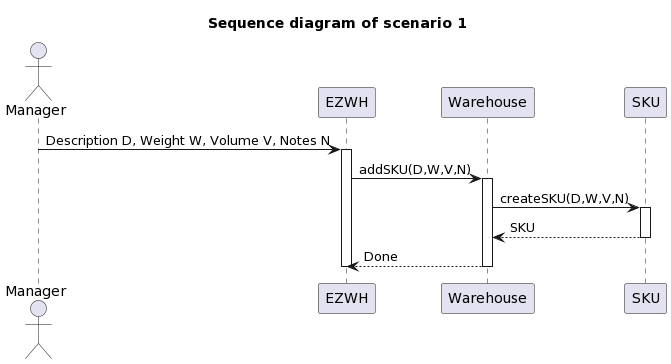
dscre99/EzWh keeps this PlantUML diagram as SequenceDiagram/scenario1_1.png. Above is the earlier version.
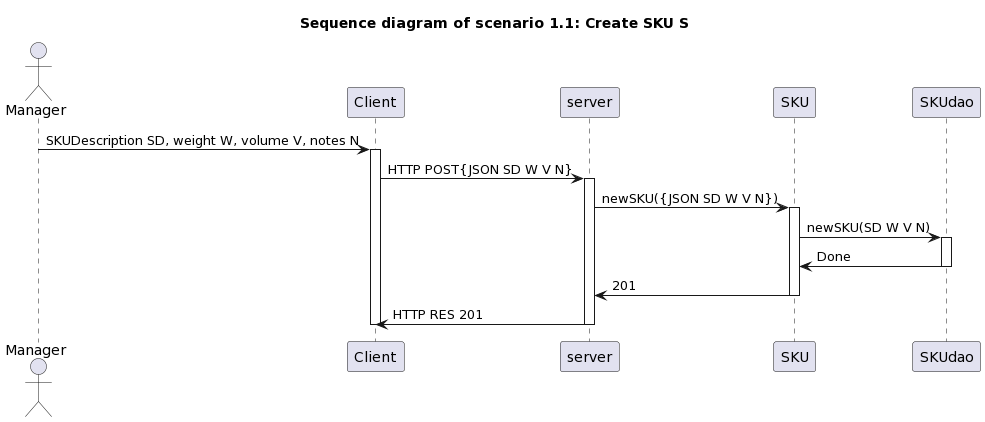
After the commit.

Commit message:
Update: updated Sequence Diagrams 1-1, 1-2, 1-3.

Diff of the diagram source:
```diff
@@ -1,18 +1,23 @@
 @startuml
-title " Sequence diagram of scenario 1"
+title " Sequence diagram of scenario 1.1: Create SKU S"
+
 
 actor Manager
 
 
-Manager -> EZWH : Description D, Weight W, Volume V, Notes N
-activate EZWH
-EZWH -> Warehouse : addSKU(D,W,V,N)
-activate Warehouse
-Warehouse -> SKU : createSKU(D,W,V,N)
+Manager -> Client : SKUDescription SD, weight W, volume V, notes N
+activate Client
+Client -> server : HTTP POST{JSON SD W V N}
+activate server
+server -> SKU : newSKU({JSON SD W V N})
 activate SKU
-Warehouse <-- SKU : SKU
+SKU -> SKUdao : newSKU(SD W V N)
+activate SKUdao
+SKU <- SKUdao : Done
+deactivate SKUdao
+server <- SKU : 201
 deactivate SKU
-EZWH <-- Warehouse : Done
-deactivate Warehouse
-deactivate EZWH
+Client <- server : HTTP RES 201
+deactivate server
+deactivate Client
 @enduml
```
